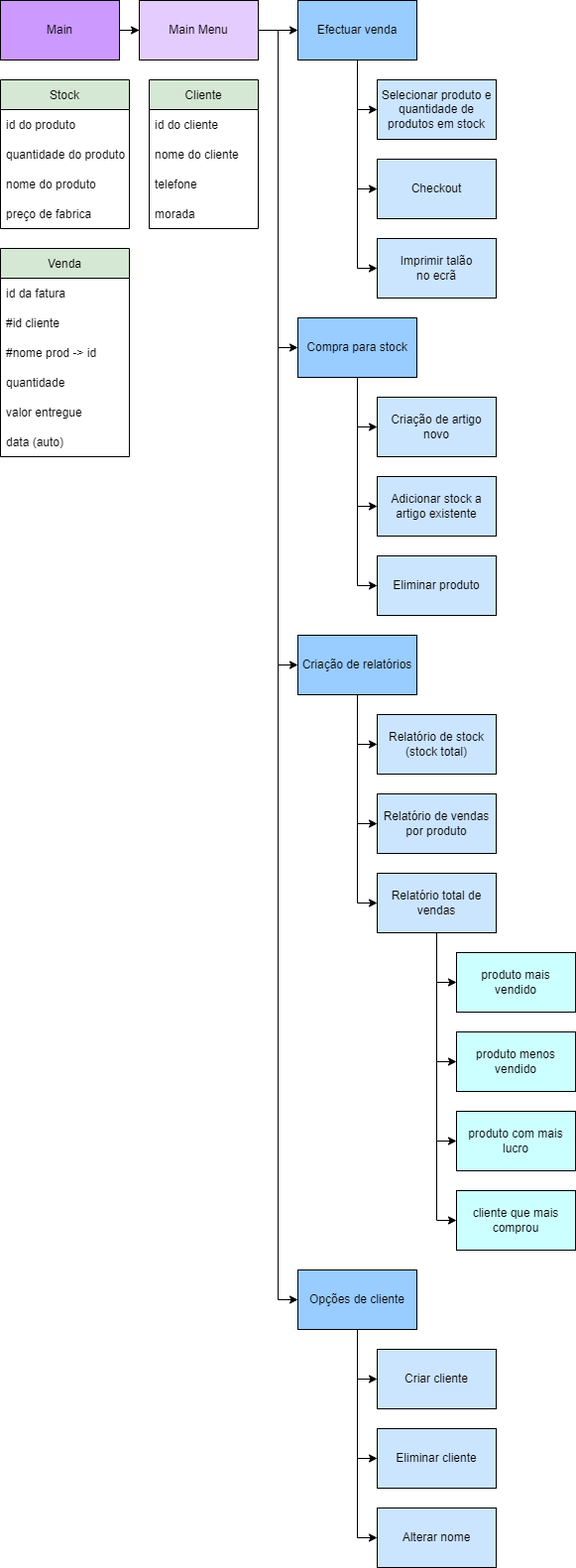
Above: Other/esquema.png in henrique11varela/atec-t1-loja (draw.io), before the change. Source tidied: cells renumbered, new cells last; positions are measured from the earlier drawing's top-left corner, leaving out a move shared by most shapes.
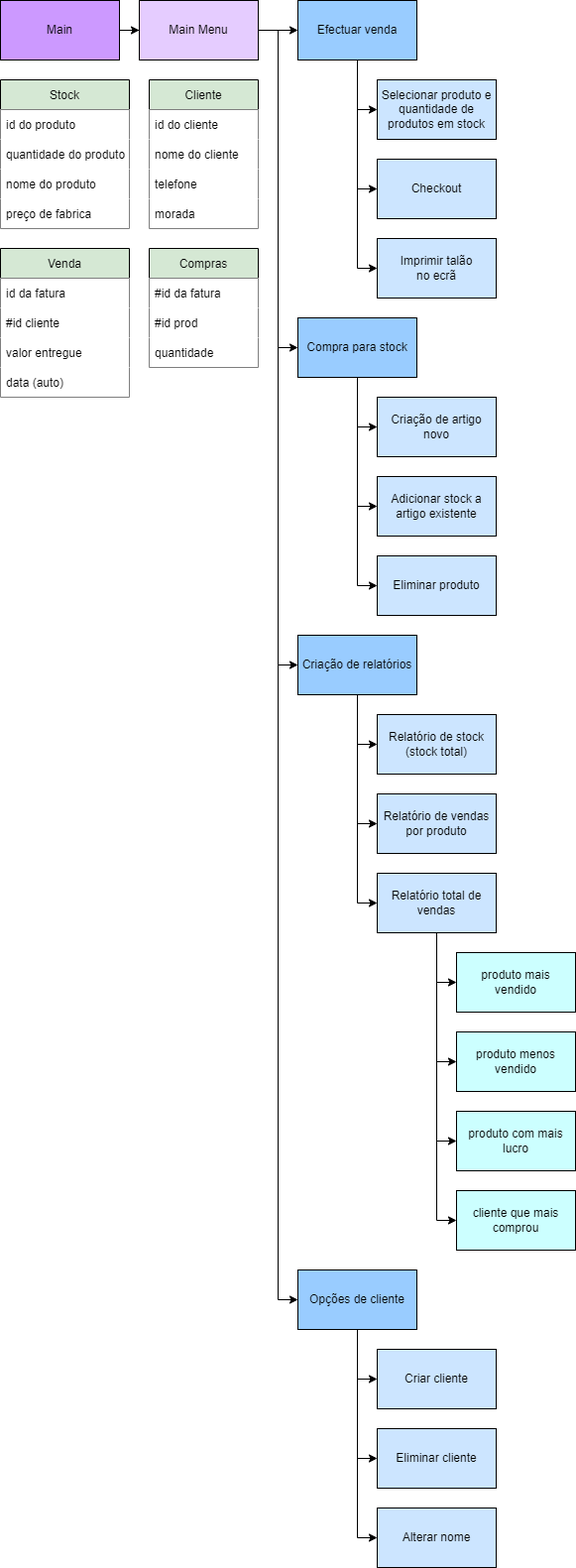
The same diagram one commit later.

What changed in the source:
```diff
@@ -153,53 +153,47 @@
     <mxCell id="45" value="Stock" style="swimlane;fontStyle=0;horizontal=1;startSize=30;fillColor=#D5E8D4;" parent="1" vertex="1">
       <mxGeometry y="80" width="130" height="150" as="geometry" />
     </mxCell>
-    <mxCell id="46" value="id do produto" style="text;strokeColor=none;fillColor=none;align=left;verticalAlign=middle;spacingLeft=4;spacingRight=4;overflow=hidden;" parent="45" vertex="1">
+    <mxCell id="46" value="id do produto" style="text;align=left;verticalAlign=middle;spacingLeft=4;spacingRight=4;overflow=hidden;fillColor=#FFFFFF;" parent="45" vertex="1">
       <mxGeometry y="30" width="130" height="30" as="geometry" />
     </mxCell>
-    <mxCell id="47" value="quantidade do produto" style="text;strokeColor=none;fillColor=none;align=left;verticalAlign=middle;spacingLeft=4;spacingRight=4;overflow=hidden;" parent="45" vertex="1">
+    <mxCell id="47" value="quantidade do produto" style="text;align=left;verticalAlign=middle;spacingLeft=4;spacingRight=4;overflow=hidden;fillColor=#FFFFFF;" parent="45" vertex="1">
       <mxGeometry y="60" width="130" height="30" as="geometry" />
     </mxCell>
-    <mxCell id="48" value="nome do produto" style="text;strokeColor=none;fillColor=none;align=left;verticalAlign=middle;spacingLeft=4;spacingRight=4;overflow=hidden;" parent="45" vertex="1">
+    <mxCell id="48" value="nome do produto" style="text;align=left;verticalAlign=middle;spacingLeft=4;spacingRight=4;overflow=hidden;fillColor=#FFFFFF;" parent="45" vertex="1">
       <mxGeometry y="90" width="130" height="30" as="geometry" />
     </mxCell>
-    <mxCell id="49" value="preço de fabrica" style="text;strokeColor=none;fillColor=none;align=left;verticalAlign=middle;spacingLeft=4;spacingRight=4;overflow=hidden;" parent="45" vertex="1">
+    <mxCell id="49" value="preço de fabrica" style="text;align=left;verticalAlign=middle;spacingLeft=4;spacingRight=4;overflow=hidden;fillColor=#FFFFFF;" parent="45" vertex="1">
       <mxGeometry y="120" width="130" height="30" as="geometry" />
     </mxCell>
     <mxCell id="50" value="Cliente" style="swimlane;fontStyle=0;horizontal=1;startSize=30;fillColor=#D5E8D4;" parent="1" vertex="1">
       <mxGeometry x="150" y="80" width="110" height="150" as="geometry" />
     </mxCell>
-    <mxCell id="51" value="id do cliente" style="text;strokeColor=none;fillColor=none;align=left;verticalAlign=middle;spacingLeft=4;spacingRight=4;overflow=hidden;" parent="50" vertex="1">
+    <mxCell id="51" value="id do cliente" style="text;align=left;verticalAlign=middle;spacingLeft=4;spacingRight=4;overflow=hidden;fillColor=#FFFFFF;" parent="50" vertex="1">
       <mxGeometry y="30" width="110" height="30" as="geometry" />
     </mxCell>
-    <mxCell id="52" value="nome do cliente" style="text;strokeColor=none;fillColor=none;align=left;verticalAlign=middle;spacingLeft=4;spacingRight=4;overflow=hidden;" parent="50" vertex="1">
+    <mxCell id="52" value="nome do cliente" style="text;align=left;verticalAlign=middle;spacingLeft=4;spacingRight=4;overflow=hidden;fillColor=#FFFFFF;" parent="50" vertex="1">
       <mxGeometry y="60" width="110" height="30" as="geometry" />
     </mxCell>
-    <mxCell id="53" value="telefone" style="text;strokeColor=none;fillColor=none;align=left;verticalAlign=middle;spacingLeft=4;spacingRight=4;overflow=hidden;" parent="50" vertex="1">
+    <mxCell id="53" value="telefone" style="text;align=left;verticalAlign=middle;spacingLeft=4;spacingRight=4;overflow=hidden;fillColor=#FFFFFF;" parent="50" vertex="1">
       <mxGeometry y="90" width="110" height="30" as="geometry" />
     </mxCell>
-    <mxCell id="54" value="morada" style="text;strokeColor=none;fillColor=none;align=left;verticalAlign=middle;spacingLeft=4;spacingRight=4;overflow=hidden;" parent="50" vertex="1">
+    <mxCell id="54" value="morada" style="text;align=left;verticalAlign=middle;spacingLeft=4;spacingRight=4;overflow=hidden;fillColor=#FFFFFF;" parent="50" vertex="1">
       <mxGeometry y="120" width="110" height="30" as="geometry" />
     </mxCell>
     <mxCell id="55" value="Venda" style="swimlane;fontStyle=0;horizontal=1;startSize=30;fillColor=#D5E8D4;" parent="1" vertex="1">
-      <mxGeometry y="250" width="130" height="210" as="geometry" />
+      <mxGeometry y="250" width="130" height="150" as="geometry" />
     </mxCell>
-    <mxCell id="56" value="id da fatura" style="text;strokeColor=none;fillColor=none;align=left;verticalAlign=middle;spacingLeft=4;spacingRight=4;overflow=hidden;" parent="55" vertex="1">
+    <mxCell id="56" value="id da fatura" style="text;align=left;verticalAlign=middle;spacingLeft=4;spacingRight=4;overflow=hidden;fillColor=#FFFFFF;" parent="55" vertex="1">
       <mxGeometry y="30" width="130" height="30" as="geometry" />
     </mxCell>
-    <mxCell id="57" value="#id cliente" style="text;strokeColor=none;fillColor=none;align=left;verticalAlign=middle;spacingLeft=4;spacingRight=4;overflow=hidden;" parent="55" vertex="1">
+    <mxCell id="57" value="#id cliente" style="text;align=left;verticalAlign=middle;spacingLeft=4;spacingRight=4;overflow=hidden;fillColor=#FFFFFF;" parent="55" vertex="1">
       <mxGeometry y="60" width="130" height="30" as="geometry" />
     </mxCell>
-    <mxCell id="58" value="#nome prod -&gt; id" style="text;strokeColor=none;fillColor=none;align=left;verticalAlign=middle;spacingLeft=4;spacingRight=4;overflow=hidden;" parent="55" vertex="1">
-      <mxGeometry y="90" width="130" height="30" as="geometry" />
-    </mxCell>
-    <mxCell id="59" value="quantidade" style="text;strokeColor=none;fillColor=none;align=left;verticalAlign=middle;spacingLeft=4;spacingRight=4;overflow=hidden;" parent="55" vertex="1">
-      <mxGeometry y="120" width="130" height="30" as="geometry" />
-    </mxCell>
-    <mxCell id="60" value="valor entregue" style="text;strokeColor=none;fillColor=none;align=left;verticalAlign=middle;spacingLeft=4;spacingRight=4;overflow=hidden;" parent="55" vertex="1">
-      <mxGeometry y="150" width="130" height="30" as="geometry" />
+    <mxCell id="60" value="valor entregue" style="text;align=left;verticalAlign=middle;spacingLeft=4;spacingRight=4;overflow=hidden;fillColor=#FFFFFF;" parent="55" vertex="1">
+      <mxGeometry y="90" width="130" height="30" as="geometry" />
     </mxCell>
-    <mxCell id="61" value="data (auto)" style="text;strokeColor=none;fillColor=none;align=left;verticalAlign=middle;spacingLeft=4;spacingRight=4;overflow=hidden;" parent="55" vertex="1">
-      <mxGeometry y="180" width="130" height="30" as="geometry" />
+    <mxCell id="61" value="data (auto)" style="text;align=left;verticalAlign=middle;spacingLeft=4;spacingRight=4;overflow=hidden;fillColor=#FFFFFF;" parent="55" vertex="1">
+      <mxGeometry y="120" width="130" height="30" as="geometry" />
     </mxCell>
     <mxCell id="62" value="Selecionar produto e quantidade de produtos em stock" style="whiteSpace=wrap;html=1;rounded=0;" parent="1" vertex="1">
       <mxGeometry x="380" y="80" width="120" height="60" as="geometry" />
@@ -228,5 +222,17 @@
     <mxCell id="70" value="Relatório de stock (stock total)" style="whiteSpace=wrap;html=1;rounded=0;fillColor=#CCE5FF;" parent="1" vertex="1">
       <mxGeometry x="380" y="720" width="120" height="60" as="geometry" />
     </mxCell>
+    <mxCell id="71" value="Compras" style="swimlane;fontStyle=0;horizontal=1;startSize=30;fillColor=#d5e8d4;strokeColor=#000000;" parent="1" vertex="1">
+      <mxGeometry x="150" y="250" width="110" height="120" as="geometry" />
+    </mxCell>
+    <mxCell id="72" value="#id da fatura" style="text;align=left;verticalAlign=middle;spacingLeft=4;spacingRight=4;overflow=hidden;fillColor=#FFFFFF;" parent="71" vertex="1">
+      <mxGeometry y="30" width="110" height="30" as="geometry" />
+    </mxCell>
+    <mxCell id="73" value="#id prod" style="text;align=left;verticalAlign=middle;spacingLeft=4;spacingRight=4;overflow=hidden;fillColor=#FFFFFF;" parent="71" vertex="1">
+      <mxGeometry y="60" width="110" height="30" as="geometry" />
+    </mxCell>
+    <mxCell id="59" value="quantidade" style="text;align=left;verticalAlign=middle;spacingLeft=4;spacingRight=4;overflow=hidden;fillColor=#FFFFFF;" parent="71" vertex="1">
+      <mxGeometry y="90" width="110" height="30" as="geometry" />
+    </mxCell>
   </root>
 </mxGraphModel>
```
